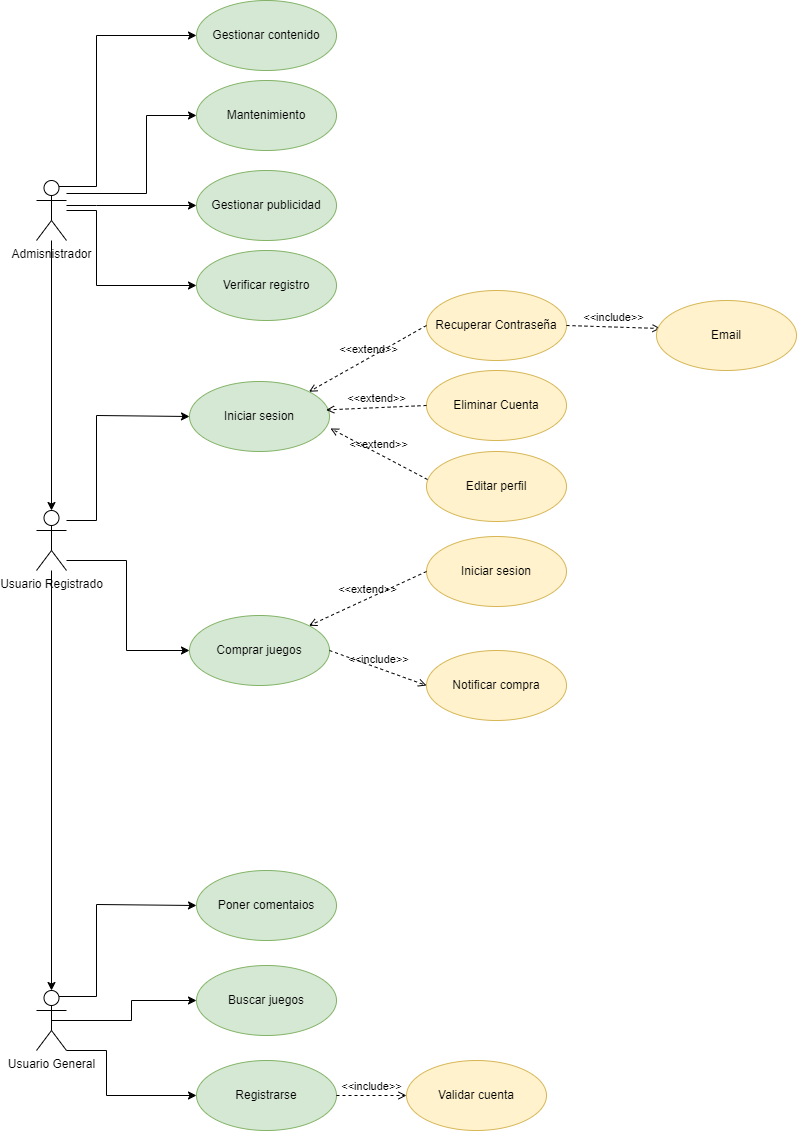
The draw.io diagram images/diagramas/CasosDeUso.drawio.png in nexphernandez/Adict-Games, before a commit. Source tidied: cells renumbered, new cells last; positions are measured from the earlier drawing's top-left corner, leaving out a move shared by most shapes.
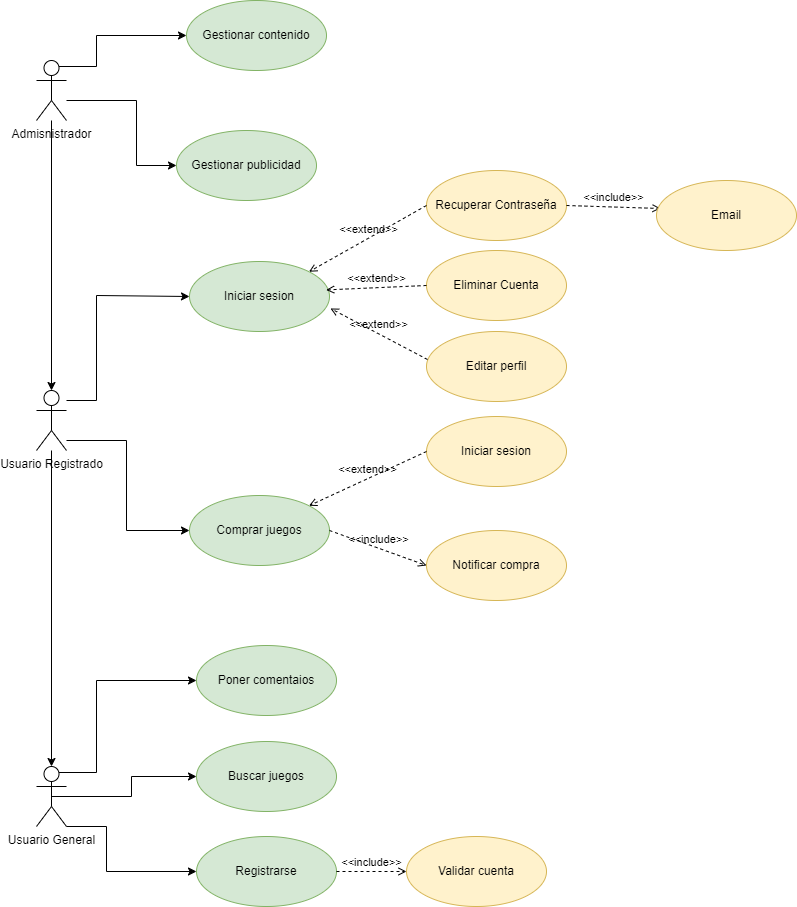
The same file after the commit.

Commit message:
Se modifica el diagrama y los casos de usos #3

The edit, as a diff of the source:
```diff
@@ -5,8 +5,8 @@
     <mxCell id="2" style="edgeStyle=orthogonalEdgeStyle;rounded=0;jettySize=auto;html=1;exitX=1;exitY=1;exitDx=0;exitDy=0;exitPerimeter=0;entryX=0;entryY=0.5;entryDx=0;entryDy=0;" parent="1" edge="1" source="28" target="14">
       <mxGeometry relative="1" as="geometry">
         <Array as="points">
-          <mxPoint x="70" y="1050" />
-          <mxPoint x="70" y="1095" />
+          <mxPoint x="70" y="946" />
+          <mxPoint x="70" y="991" />
         </Array>
       </mxGeometry>
     </mxCell>
@@ -16,8 +16,9 @@
     <mxCell id="4" style="edgeStyle=orthogonalEdgeStyle;rounded=0;jettySize=auto;html=1;exitX=0.75;exitY=0.1;exitDx=0;exitDy=0;exitPerimeter=0;entryX=0;entryY=0.5;entryDx=0;entryDy=0;" parent="1" edge="1" source="28" target="16">
       <mxGeometry relative="1" as="geometry">
         <Array as="points">
-          <mxPoint x="60" y="996" />
-          <mxPoint x="60" y="904" />
+          <mxPoint x="60" y="892" />
+          <mxPoint x="60" y="800" />
+          <mxPoint x="160" y="800" />
         </Array>
       </mxGeometry>
     </mxCell>
@@ -44,34 +45,18 @@
       <mxGeometry relative="1" as="geometry">
         <Array as="points">
           <mxPoint x="60" y="186" />
-          <mxPoint x="60" y="35" />
+          <mxPoint x="60" y="155" />
         </Array>
       </mxGeometry>
     </mxCell>
-    <mxCell id="9" style="edgeStyle=orthogonalEdgeStyle;rounded=0;jettySize=auto;html=1;entryX=0;entryY=0.5;entryDx=0;entryDy=0;" parent="1" edge="1" source="13" target="19">
-      <mxGeometry relative="1" as="geometry">
-        <Array as="points">
-          <mxPoint x="110" y="193" />
-          <mxPoint x="110" y="115" />
-        </Array>
-      </mxGeometry>
-    </mxCell>
     <mxCell id="10" style="edgeStyle=orthogonalEdgeStyle;rounded=0;jettySize=auto;html=1;entryX=0;entryY=0.5;entryDx=0;entryDy=0;" parent="1" edge="1" source="13" target="21">
       <mxGeometry relative="1" as="geometry">
         <Array as="points">
-          <mxPoint x="60" y="205" />
-          <mxPoint x="60" y="205" />
+          <mxPoint x="100" y="220" />
+          <mxPoint x="100" y="285" />
         </Array>
       </mxGeometry>
     </mxCell>
-    <mxCell id="11" style="edgeStyle=orthogonalEdgeStyle;rounded=0;jettySize=auto;html=1;entryX=0;entryY=0.5;entryDx=0;entryDy=0;" parent="1" edge="1" source="13" target="22">
-      <mxGeometry relative="1" as="geometry">
-        <Array as="points">
-          <mxPoint x="60" y="210" />
-          <mxPoint x="60" y="285" />
-        </Array>
-      </mxGeometry>
-    </mxCell>
     <mxCell id="12" style="edgeStyle=none;html=1;" parent="1" edge="1" source="13" target="7">
       <mxGeometry relative="1" as="geometry" />
     </mxCell>
@@ -79,37 +64,31 @@
       <mxGeometry y="180" width="30" height="60" as="geometry" />
     </mxCell>
     <mxCell id="14" value="Registrarse" style="ellipse;whiteSpace=wrap;html=1;fillColor=#d5e8d4;strokeColor=#82b366;" parent="1" vertex="1">
-      <mxGeometry x="160" y="1060" width="140" height="70" as="geometry" />
+      <mxGeometry x="160" y="956" width="140" height="70" as="geometry" />
     </mxCell>
     <mxCell id="15" value="Buscar juegos" style="ellipse;whiteSpace=wrap;html=1;fillColor=#d5e8d4;strokeColor=#82b366;" parent="1" vertex="1">
-      <mxGeometry x="160" y="965" width="140" height="70" as="geometry" />
+      <mxGeometry x="160" y="861" width="140" height="70" as="geometry" />
     </mxCell>
     <mxCell id="16" value="Poner comentaios" style="ellipse;whiteSpace=wrap;html=1;fillColor=#d5e8d4;strokeColor=#82b366;" parent="1" vertex="1">
-      <mxGeometry x="160" y="870" width="140" height="70" as="geometry" />
+      <mxGeometry x="160" y="765" width="140" height="70" as="geometry" />
     </mxCell>
     <mxCell id="17" value="Comprar juegos" style="ellipse;whiteSpace=wrap;html=1;fillColor=#d5e8d4;strokeColor=#82b366;" parent="1" vertex="1">
       <mxGeometry x="153" y="615" width="140" height="70" as="geometry" />
     </mxCell>
     <mxCell id="18" value="Gestionar contenido" style="ellipse;whiteSpace=wrap;html=1;fillColor=#d5e8d4;strokeColor=#82b366;" parent="1" vertex="1">
-      <mxGeometry x="160" width="140" height="70" as="geometry" />
+      <mxGeometry x="150" y="120" width="140" height="70" as="geometry" />
     </mxCell>
-    <mxCell id="19" value="Mantenimiento" style="ellipse;whiteSpace=wrap;html=1;fillColor=#d5e8d4;strokeColor=#82b366;" parent="1" vertex="1">
-      <mxGeometry x="160" y="80" width="140" height="70" as="geometry" />
-    </mxCell>
     <mxCell id="20" value="Editar perfil" style="ellipse;whiteSpace=wrap;html=1;fillColor=#fff2cc;strokeColor=#d6b656;" parent="1" vertex="1">
       <mxGeometry x="390" y="451" width="140" height="70" as="geometry" />
     </mxCell>
     <mxCell id="21" value="Gestionar publicidad" style="ellipse;whiteSpace=wrap;html=1;fillColor=#d5e8d4;strokeColor=#82b366;labelBackgroundColor=none;" parent="1" vertex="1">
-      <mxGeometry x="160" y="170" width="140" height="70" as="geometry" />
+      <mxGeometry x="140" y="250" width="140" height="70" as="geometry" />
     </mxCell>
-    <mxCell id="22" value="Verificar registro" style="ellipse;whiteSpace=wrap;html=1;fillColor=#d5e8d4;strokeColor=#82b366;" parent="1" vertex="1">
-      <mxGeometry x="160" y="250" width="140" height="70" as="geometry" />
-    </mxCell>
     <mxCell id="23" value="Notificar compra" style="ellipse;whiteSpace=wrap;html=1;fillColor=#fff2cc;strokeColor=#d6b656;" parent="1" vertex="1">
       <mxGeometry x="390" y="650" width="140" height="70" as="geometry" />
     </mxCell>
     <mxCell id="24" value="Validar cuenta" style="ellipse;whiteSpace=wrap;html=1;fillColor=#fff2cc;strokeColor=#d6b656;" parent="1" vertex="1">
-      <mxGeometry x="370" y="1060" width="140" height="70" as="geometry" />
+      <mxGeometry x="370" y="956" width="140" height="70" as="geometry" />
     </mxCell>
     <mxCell id="25" value="&amp;lt;&amp;lt;include&amp;gt;&amp;gt;" style="edgeStyle=none;html=1;endArrow=open;verticalAlign=bottom;dashed=1;labelBackgroundColor=none;rounded=0;exitX=1;exitY=0.5;exitDx=0;exitDy=0;" parent="1" edge="1" source="14" target="24">
       <mxGeometry relative="1" as="geometry" />
@@ -121,7 +100,7 @@
       <mxGeometry relative="1" as="geometry" />
     </mxCell>
     <mxCell id="28" value="Usuario General" style="shape=umlActor;verticalLabelPosition=bottom;verticalAlign=top;html=1;outlineConnect=0;" parent="1" vertex="1">
-      <mxGeometry y="990" width="30" height="60" as="geometry" />
+      <mxGeometry y="886" width="30" height="60" as="geometry" />
     </mxCell>
     <mxCell id="29" style="edgeStyle=none;html=1;entryX=0.5;entryY=0;entryDx=0;entryDy=0;entryPerimeter=0;" parent="1" edge="1" source="7" target="28">
       <mxGeometry relative="1" as="geometry" />
```
